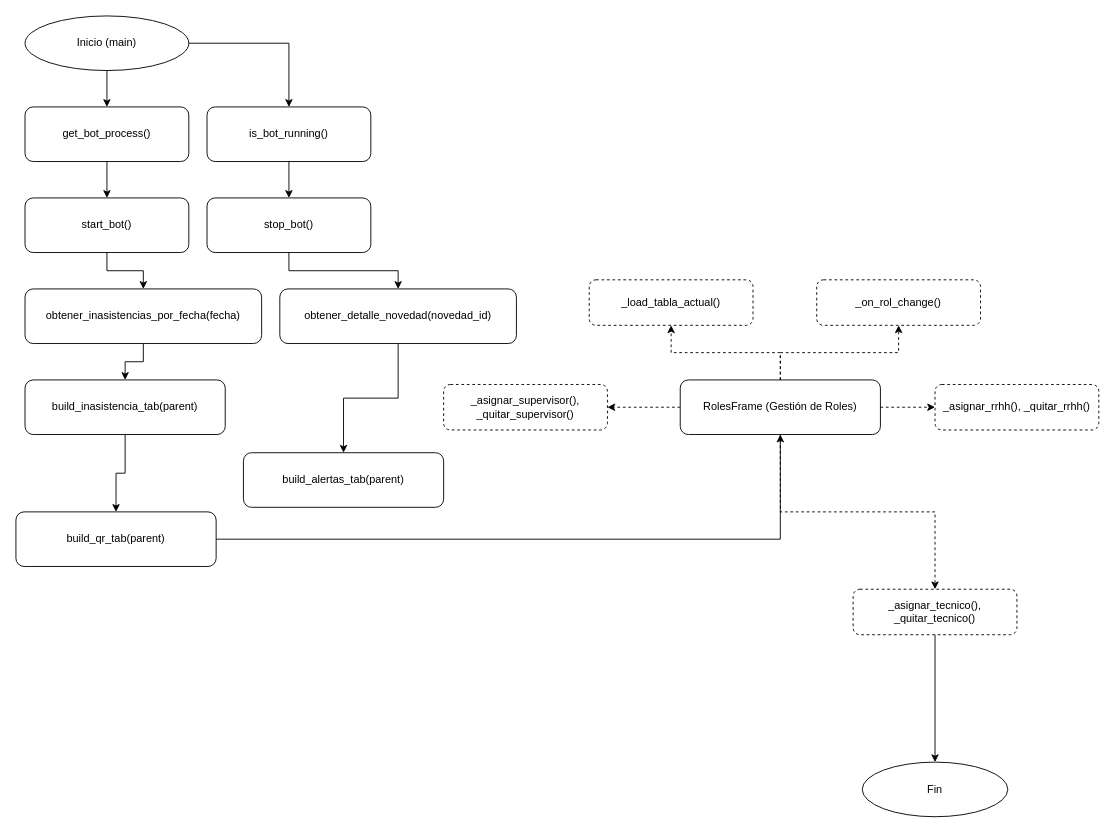
The draw.io diagram page "Funciones_Bot" (8 of 8) of Flujos_en _Bot.drawio in gavalle2024/Diagramas-de-Flujos, before the edit. Source tidied: cells renumbered, new cells numbered last; positions are measured from the earlier drawing's top-left corner, leaving out a move shared by most shapes. Both pictures are drawn from the tidied source at 91%, with x=0, y=0 at pixel (15, 15).
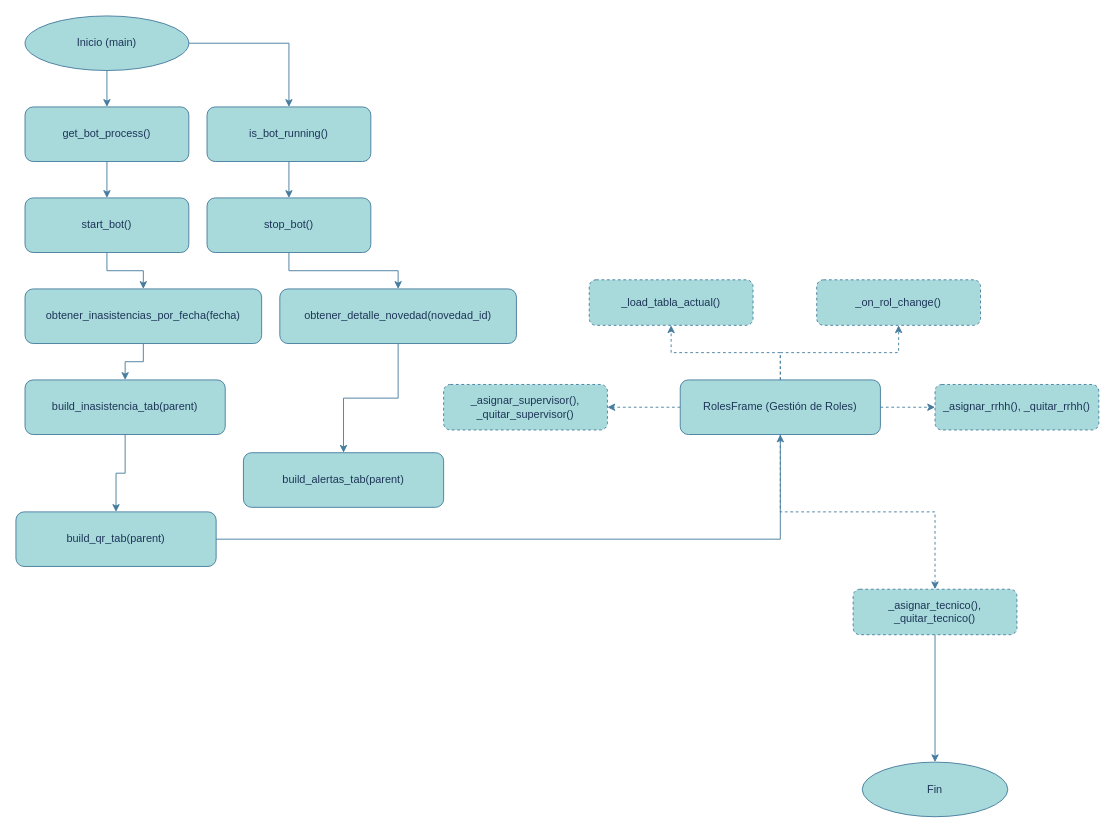
The same diagram, later.

The edit, as a diff of the source:
```diff
@@
-    <mxCell id="2" value="Inicio (main)" style="ellipse;whiteSpace=wrap;html=1;" parent="1" vertex="1">
+    <mxCell id="2" value="Inicio (main)" style="ellipse;whiteSpace=wrap;html=1;labelBackgroundColor=none;fillColor=#A8DADC;strokeColor=#457B9D;fontColor=#1D3557;" parent="1" vertex="1">
       <mxGeometry x="10" width="180" height="60" as="geometry" />
     </mxCell>
-    <mxCell id="3" value="get_bot_process()" style="rounded=1;whiteSpace=wrap;html=1;" parent="1" vertex="1">
+    <mxCell id="3" value="get_bot_process()" style="rounded=1;whiteSpace=wrap;html=1;labelBackgroundColor=none;fillColor=#A8DADC;strokeColor=#457B9D;fontColor=#1D3557;" parent="1" vertex="1">
       <mxGeometry x="10" y="100" width="180" height="60" as="geometry" />
     </mxCell>
-    <mxCell id="4" value="is_bot_running()" style="rounded=1;whiteSpace=wrap;html=1;" parent="1" vertex="1">
+    <mxCell id="4" value="is_bot_running()" style="rounded=1;whiteSpace=wrap;html=1;labelBackgroundColor=none;fillColor=#A8DADC;strokeColor=#457B9D;fontColor=#1D3557;" parent="1" vertex="1">
       <mxGeometry x="210" y="100" width="180" height="60" as="geometry" />
     </mxCell>
-    <mxCell id="5" value="start_bot()" style="rounded=1;whiteSpace=wrap;html=1;" parent="1" vertex="1">
+    <mxCell id="5" value="start_bot()" style="rounded=1;whiteSpace=wrap;html=1;labelBackgroundColor=none;fillColor=#A8DADC;strokeColor=#457B9D;fontColor=#1D3557;" parent="1" vertex="1">
       <mxGeometry x="10" y="200" width="180" height="60" as="geometry" />
     </mxCell>
-    <mxCell id="6" value="stop_bot()" style="rounded=1;whiteSpace=wrap;html=1;" parent="1" vertex="1">
+    <mxCell id="6" value="stop_bot()" style="rounded=1;whiteSpace=wrap;html=1;labelBackgroundColor=none;fillColor=#A8DADC;strokeColor=#457B9D;fontColor=#1D3557;" parent="1" vertex="1">
       <mxGeometry x="210" y="200" width="180" height="60" as="geometry" />
     </mxCell>
-    <mxCell id="7" value="obtener_inasistencias_por_fecha(fecha)" style="rounded=1;whiteSpace=wrap;html=1;" parent="1" vertex="1">
+    <mxCell id="7" value="obtener_inasistencias_por_fecha(fecha)" style="rounded=1;whiteSpace=wrap;html=1;labelBackgroundColor=none;fillColor=#A8DADC;strokeColor=#457B9D;fontColor=#1D3557;" parent="1" vertex="1">
       <mxGeometry x="10" y="300" width="260" height="60" as="geometry" />
     </mxCell>
-    <mxCell id="8" value="obtener_detalle_novedad(novedad_id)" style="rounded=1;whiteSpace=wrap;html=1;" parent="1" vertex="1">
+    <mxCell id="8" value="obtener_detalle_novedad(novedad_id)" style="rounded=1;whiteSpace=wrap;html=1;labelBackgroundColor=none;fillColor=#A8DADC;strokeColor=#457B9D;fontColor=#1D3557;" parent="1" vertex="1">
       <mxGeometry x="290" y="300" width="260" height="60" as="geometry" />
     </mxCell>
-    <mxCell id="9" value="build_inasistencia_tab(parent)" style="rounded=1;whiteSpace=wrap;html=1;" parent="1" vertex="1">
+    <mxCell id="9" value="build_inasistencia_tab(parent)" style="rounded=1;whiteSpace=wrap;html=1;labelBackgroundColor=none;fillColor=#A8DADC;strokeColor=#457B9D;fontColor=#1D3557;" parent="1" vertex="1">
       <mxGeometry x="10" y="400" width="220" height="60" as="geometry" />
     </mxCell>
-    <mxCell id="10" value="build_alertas_tab(parent)" style="rounded=1;whiteSpace=wrap;html=1;" parent="1" vertex="1">
+    <mxCell id="10" value="build_alertas_tab(parent)" style="rounded=1;whiteSpace=wrap;html=1;labelBackgroundColor=none;fillColor=#A8DADC;strokeColor=#457B9D;fontColor=#1D3557;" parent="1" vertex="1">
       <mxGeometry x="250" y="480" width="220" height="60" as="geometry" />
     </mxCell>
-    <mxCell id="11" value="build_qr_tab(parent)" style="rounded=1;whiteSpace=wrap;html=1;" parent="1" vertex="1">
+    <mxCell id="11" value="build_qr_tab(parent)" style="rounded=1;whiteSpace=wrap;html=1;labelBackgroundColor=none;fillColor=#A8DADC;strokeColor=#457B9D;fontColor=#1D3557;" parent="1" vertex="1">
       <mxGeometry y="545" width="220" height="60" as="geometry" />
     </mxCell>
-    <mxCell id="12" value="RolesFrame (Gestión de Roles)" style="rounded=1;whiteSpace=wrap;html=1;" parent="1" vertex="1">
+    <mxCell id="12" value="RolesFrame (Gestión de Roles)" style="rounded=1;whiteSpace=wrap;html=1;labelBackgroundColor=none;fillColor=#A8DADC;strokeColor=#457B9D;fontColor=#1D3557;" parent="1" vertex="1">
       <mxGeometry x="730" y="400" width="220" height="60" as="geometry" />
     </mxCell>
-    <mxCell id="13" value="_load_tabla_actual()" style="rounded=1;whiteSpace=wrap;html=1;dashed=1;" parent="1" vertex="1">
+    <mxCell id="13" value="_load_tabla_actual()" style="rounded=1;whiteSpace=wrap;html=1;dashed=1;labelBackgroundColor=none;fillColor=#A8DADC;strokeColor=#457B9D;fontColor=#1D3557;" parent="1" vertex="1">
       <mxGeometry x="630" y="290" width="180" height="50" as="geometry" />
     </mxCell>
-    <mxCell id="14" value="_on_rol_change()" style="rounded=1;whiteSpace=wrap;html=1;dashed=1;" parent="1" vertex="1">
+    <mxCell id="14" value="_on_rol_change()" style="rounded=1;whiteSpace=wrap;html=1;dashed=1;labelBackgroundColor=none;fillColor=#A8DADC;strokeColor=#457B9D;fontColor=#1D3557;" parent="1" vertex="1">
       <mxGeometry x="880" y="290" width="180" height="50" as="geometry" />
     </mxCell>
-    <mxCell id="15" value="_asignar_supervisor(), _quitar_supervisor()" style="rounded=1;whiteSpace=wrap;html=1;dashed=1;" parent="1" vertex="1">
+    <mxCell id="15" value="_asignar_supervisor(), _quitar_supervisor()" style="rounded=1;whiteSpace=wrap;html=1;dashed=1;labelBackgroundColor=none;fillColor=#A8DADC;strokeColor=#457B9D;fontColor=#1D3557;" parent="1" vertex="1">
       <mxGeometry x="470" y="405" width="180" height="50" as="geometry" />
     </mxCell>
-    <mxCell id="16" value="_asignar_rrhh(), _quitar_rrhh()" style="rounded=1;whiteSpace=wrap;html=1;dashed=1;" parent="1" vertex="1">
+    <mxCell id="16" value="_asignar_rrhh(), _quitar_rrhh()" style="rounded=1;whiteSpace=wrap;html=1;dashed=1;labelBackgroundColor=none;fillColor=#A8DADC;strokeColor=#457B9D;fontColor=#1D3557;" parent="1" vertex="1">
       <mxGeometry x="1010" y="405" width="180" height="50" as="geometry" />
     </mxCell>
-    <mxCell id="17" value="_asignar_tecnico(), _quitar_tecnico()" style="rounded=1;whiteSpace=wrap;html=1;dashed=1;" parent="1" vertex="1">
+    <mxCell id="17" value="_asignar_tecnico(), _quitar_tecnico()" style="rounded=1;whiteSpace=wrap;html=1;dashed=1;labelBackgroundColor=none;fillColor=#A8DADC;strokeColor=#457B9D;fontColor=#1D3557;" parent="1" vertex="1">
       <mxGeometry x="920" y="630" width="180" height="50" as="geometry" />
     </mxCell>
-    <mxCell id="18" style="edgeStyle=orthogonalEdgeStyle;rounded=0;jettySize=auto;html=1;" parent="1" edge="1" source="2" target="3">
+    <mxCell id="18" style="edgeStyle=orthogonalEdgeStyle;rounded=0;jettySize=auto;html=1;labelBackgroundColor=none;strokeColor=#457B9D;fontColor=default;" parent="1" edge="1" source="2" target="3">
       <mxGeometry relative="1" as="geometry" />
     </mxCell>
-    <mxCell id="19" style="edgeStyle=orthogonalEdgeStyle;rounded=0;jettySize=auto;html=1;" parent="1" edge="1" source="2" target="4">
+    <mxCell id="19" style="edgeStyle=orthogonalEdgeStyle;rounded=0;jettySize=auto;html=1;labelBackgroundColor=none;strokeColor=#457B9D;fontColor=default;" parent="1" edge="1" source="2" target="4">
       <mxGeometry relative="1" as="geometry" />
     </mxCell>
-    <mxCell id="20" style="edgeStyle=orthogonalEdgeStyle;rounded=0;jettySize=auto;html=1;" parent="1" edge="1" source="3" target="5">
+    <mxCell id="20" style="edgeStyle=orthogonalEdgeStyle;rounded=0;jettySize=auto;html=1;labelBackgroundColor=none;strokeColor=#457B9D;fontColor=default;" parent="1" edge="1" source="3" target="5">
       <mxGeometry relative="1" as="geometry" />
     </mxCell>
-    <mxCell id="21" style="edgeStyle=orthogonalEdgeStyle;rounded=0;jettySize=auto;html=1;" parent="1" edge="1" source="4" target="6">
+    <mxCell id="21" style="edgeStyle=orthogonalEdgeStyle;rounded=0;jettySize=auto;html=1;labelBackgroundColor=none;strokeColor=#457B9D;fontColor=default;" parent="1" edge="1" source="4" target="6">
       <mxGeometry relative="1" as="geometry" />
     </mxCell>
-    <mxCell id="22" style="edgeStyle=orthogonalEdgeStyle;rounded=0;jettySize=auto;html=1;" parent="1" edge="1" source="5" target="7">
+    <mxCell id="22" style="edgeStyle=orthogonalEdgeStyle;rounded=0;jettySize=auto;html=1;labelBackgroundColor=none;strokeColor=#457B9D;fontColor=default;" parent="1" edge="1" source="5" target="7">
       <mxGeometry relative="1" as="geometry" />
     </mxCell>
-    <mxCell id="23" style="edgeStyle=orthogonalEdgeStyle;rounded=0;jettySize=auto;html=1;" parent="1" edge="1" source="6" target="8">
+    <mxCell id="23" style="edgeStyle=orthogonalEdgeStyle;rounded=0;jettySize=auto;html=1;labelBackgroundColor=none;strokeColor=#457B9D;fontColor=default;" parent="1" edge="1" source="6" target="8">
       <mxGeometry relative="1" as="geometry" />
     </mxCell>
-    <mxCell id="24" style="edgeStyle=orthogonalEdgeStyle;rounded=0;jettySize=auto;html=1;" parent="1" edge="1" source="7" target="9">
+    <mxCell id="24" style="edgeStyle=orthogonalEdgeStyle;rounded=0;jettySize=auto;html=1;labelBackgroundColor=none;strokeColor=#457B9D;fontColor=default;" parent="1" edge="1" source="7" target="9">
       <mxGeometry relative="1" as="geometry" />
     </mxCell>
-    <mxCell id="25" style="edgeStyle=orthogonalEdgeStyle;rounded=0;jettySize=auto;html=1;" parent="1" edge="1" source="8" target="10">
+    <mxCell id="25" style="edgeStyle=orthogonalEdgeStyle;rounded=0;jettySize=auto;html=1;labelBackgroundColor=none;strokeColor=#457B9D;fontColor=default;" parent="1" edge="1" source="8" target="10">
       <mxGeometry relative="1" as="geometry" />
     </mxCell>
-    <mxCell id="26" style="edgeStyle=orthogonalEdgeStyle;rounded=0;jettySize=auto;html=1;" parent="1" edge="1" source="9" target="11">
+    <mxCell id="26" style="edgeStyle=orthogonalEdgeStyle;rounded=0;jettySize=auto;html=1;labelBackgroundColor=none;strokeColor=#457B9D;fontColor=default;" parent="1" edge="1" source="9" target="11">
       <mxGeometry relative="1" as="geometry" />
     </mxCell>
-    <mxCell id="27" style="edgeStyle=orthogonalEdgeStyle;rounded=0;jettySize=auto;html=1;" parent="1" edge="1" source="11" target="12">
+    <mxCell id="27" style="edgeStyle=orthogonalEdgeStyle;rounded=0;jettySize=auto;html=1;labelBackgroundColor=none;strokeColor=#457B9D;fontColor=default;" parent="1" edge="1" source="11" target="12">
       <mxGeometry relative="1" as="geometry" />
     </mxCell>
-    <mxCell id="28" style="edgeStyle=orthogonalEdgeStyle;rounded=0;jettySize=auto;html=1;dashed=1;" parent="1" edge="1" source="12" target="13">
+    <mxCell id="28" style="edgeStyle=orthogonalEdgeStyle;rounded=0;jettySize=auto;html=1;dashed=1;labelBackgroundColor=none;strokeColor=#457B9D;fontColor=default;" parent="1" edge="1" source="12" target="13">
       <mxGeometry relative="1" as="geometry" />
     </mxCell>
-    <mxCell id="29" style="edgeStyle=orthogonalEdgeStyle;rounded=0;jettySize=auto;html=1;dashed=1;" parent="1" edge="1" source="12" target="14">
+    <mxCell id="29" style="edgeStyle=orthogonalEdgeStyle;rounded=0;jettySize=auto;html=1;dashed=1;labelBackgroundColor=none;strokeColor=#457B9D;fontColor=default;" parent="1" edge="1" source="12" target="14">
       <mxGeometry relative="1" as="geometry" />
     </mxCell>
-    <mxCell id="30" style="edgeStyle=orthogonalEdgeStyle;rounded=0;jettySize=auto;html=1;dashed=1;" parent="1" edge="1" source="12" target="15">
+    <mxCell id="30" style="edgeStyle=orthogonalEdgeStyle;rounded=0;jettySize=auto;html=1;dashed=1;labelBackgroundColor=none;strokeColor=#457B9D;fontColor=default;" parent="1" edge="1" source="12" target="15">
       <mxGeometry relative="1" as="geometry" />
     </mxCell>
-    <mxCell id="31" style="edgeStyle=orthogonalEdgeStyle;rounded=0;jettySize=auto;html=1;dashed=1;" parent="1" edge="1" source="12" target="16">
+    <mxCell id="31" style="edgeStyle=orthogonalEdgeStyle;rounded=0;jettySize=auto;html=1;dashed=1;labelBackgroundColor=none;strokeColor=#457B9D;fontColor=default;" parent="1" edge="1" source="12" target="16">
       <mxGeometry relative="1" as="geometry" />
     </mxCell>
-    <mxCell id="32" style="edgeStyle=orthogonalEdgeStyle;rounded=0;jettySize=auto;html=1;dashed=1;" parent="1" edge="1" source="12" target="17">
+    <mxCell id="32" style="edgeStyle=orthogonalEdgeStyle;rounded=0;jettySize=auto;html=1;dashed=1;labelBackgroundColor=none;strokeColor=#457B9D;fontColor=default;" parent="1" edge="1" source="12" target="17">
       <mxGeometry relative="1" as="geometry" />
     </mxCell>
-    <mxCell id="33" value="Fin" style="ellipse;whiteSpace=wrap;html=1;" parent="1" vertex="1">
+    <mxCell id="33" value="Fin" style="ellipse;whiteSpace=wrap;html=1;labelBackgroundColor=none;fillColor=#A8DADC;strokeColor=#457B9D;fontColor=#1D3557;" parent="1" vertex="1">
       <mxGeometry x="930" y="820" width="160" height="60" as="geometry" />
     </mxCell>
-    <mxCell id="34" style="edgeStyle=orthogonalEdgeStyle;rounded=0;jettySize=auto;html=1;" parent="1" edge="1" source="17" target="33">
+    <mxCell id="34" style="edgeStyle=orthogonalEdgeStyle;rounded=0;jettySize=auto;html=1;labelBackgroundColor=none;strokeColor=#457B9D;fontColor=default;" parent="1" edge="1" source="17" target="33">
       <mxGeometry relative="1" as="geometry" />
     </mxCell>
```
